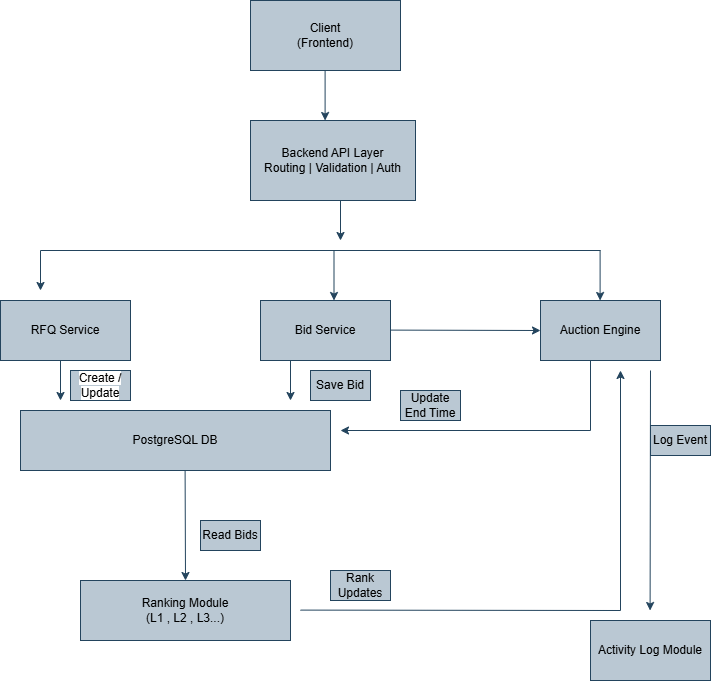
Above: docs/High_Level_Design.png in aditya2005-code/TrueBid (draw.io), before the change. Source tidied: cells renumbered, new cells last; positions are measured from the earlier drawing's top-left corner, leaving out a move shared by most shapes. Its diagram source:
```xml
<mxGraphModel>
  <root>
    <mxCell id="0" />
    <mxCell id="1" parent="0" />
    <mxCell id="2" value="Client&lt;div&gt;(Frontend)&lt;/div&gt;" style="rounded=0;whiteSpace=wrap;html=1;strokeColor=#23445d;fillColor=#bac8d3;labelBackgroundColor=none;" parent="1" vertex="1">
      <mxGeometry x="250" width="150" height="70" as="geometry" />
    </mxCell>
    <mxCell id="3" style="endArrow=classic;html=1;rounded=0;strokeColor=#23445d;labelBackgroundColor=none;fontColor=default;fillColor=#bac8d3;" parent="1" edge="1">
      <mxGeometry relative="1" as="geometry">
        <mxPoint x="324.6" y="70" as="sourcePoint" />
        <mxPoint x="324.6" y="120" as="targetPoint" />
      </mxGeometry>
    </mxCell>
    <mxCell id="4" value="Backend API Layer&lt;div&gt;Routing | Validation | Auth&lt;/div&gt;" style="rounded=0;whiteSpace=wrap;html=1;strokeColor=#23445d;fillColor=#bac8d3;labelBackgroundColor=none;" parent="1" vertex="1">
      <mxGeometry x="250" y="120" width="165" height="80" as="geometry" />
    </mxCell>
    <mxCell id="5" style="endArrow=classic;html=1;rounded=0;strokeColor=#23445d;labelBackgroundColor=none;fontColor=default;fillColor=#bac8d3;" parent="1" edge="1">
      <mxGeometry relative="1" as="geometry">
        <mxPoint x="340" y="200" as="sourcePoint" />
        <mxPoint x="340" y="240" as="targetPoint" />
      </mxGeometry>
    </mxCell>
    <mxCell id="6" style="endArrow=none;html=1;rounded=0;strokeColor=#23445d;labelBackgroundColor=none;fontColor=default;fillColor=#bac8d3;" parent="1" edge="1">
      <mxGeometry relative="1" as="geometry">
        <mxPoint x="600" y="250" as="sourcePoint" />
        <mxPoint x="40" y="250" as="targetPoint" />
      </mxGeometry>
    </mxCell>
    <mxCell id="7" value="RFQ Service" style="rounded=0;whiteSpace=wrap;html=1;strokeColor=#23445d;fillColor=#bac8d3;labelBackgroundColor=none;" parent="1" vertex="1">
      <mxGeometry y="300" width="130" height="60" as="geometry" />
    </mxCell>
    <mxCell id="8" value="Bid Service" style="rounded=0;whiteSpace=wrap;html=1;strokeColor=#23445d;fillColor=#bac8d3;labelBackgroundColor=none;" parent="1" vertex="1">
      <mxGeometry x="260" y="300" width="130" height="60" as="geometry" />
    </mxCell>
    <mxCell id="9" value="Auction Engine" style="rounded=0;whiteSpace=wrap;html=1;strokeColor=#23445d;fillColor=#bac8d3;labelBackgroundColor=none;" parent="1" vertex="1">
      <mxGeometry x="540" y="300" width="120" height="60" as="geometry" />
    </mxCell>
    <mxCell id="10" style="endArrow=classic;html=1;rounded=0;strokeColor=#23445d;labelBackgroundColor=none;fontColor=default;fillColor=#bac8d3;" parent="1" edge="1">
      <mxGeometry relative="1" as="geometry">
        <mxPoint x="40" y="250" as="sourcePoint" />
        <mxPoint x="40" y="290" as="targetPoint" />
      </mxGeometry>
    </mxCell>
    <mxCell id="11" style="endArrow=classic;html=1;rounded=0;strokeColor=#23445d;labelBackgroundColor=none;fontColor=default;fillColor=#bac8d3;" parent="1" edge="1">
      <mxGeometry relative="1" as="geometry">
        <mxPoint x="333.5" y="250" as="sourcePoint" />
        <mxPoint x="333.5" y="300" as="targetPoint" />
      </mxGeometry>
    </mxCell>
    <mxCell id="12" style="endArrow=classic;html=1;rounded=0;strokeColor=#23445d;labelBackgroundColor=none;fontColor=default;fillColor=#bac8d3;" parent="1" edge="1">
      <mxGeometry relative="1" as="geometry">
        <mxPoint x="599.6" y="250" as="sourcePoint" />
        <mxPoint x="599.6" y="300" as="targetPoint" />
      </mxGeometry>
    </mxCell>
    <mxCell id="13" style="endArrow=classic;html=1;rounded=0;strokeColor=#23445d;labelBackgroundColor=none;fontColor=default;fillColor=#bac8d3;" parent="1" edge="1">
      <mxGeometry relative="1" as="geometry">
        <mxPoint x="60" y="360" as="sourcePoint" />
        <mxPoint x="60" y="400" as="targetPoint" />
      </mxGeometry>
    </mxCell>
    <mxCell id="14" style="endArrow=classic;html=1;rounded=0;strokeColor=#23445d;labelBackgroundColor=none;fontColor=default;fillColor=#bac8d3;" parent="1" edge="1">
      <mxGeometry relative="1" as="geometry">
        <mxPoint x="290" y="360" as="sourcePoint" />
        <mxPoint x="290" y="400" as="targetPoint" />
      </mxGeometry>
    </mxCell>
    <mxCell id="15" style="endArrow=classic;html=1;rounded=0;strokeColor=#23445d;entryX=0;entryY=0.5;entryDx=0;entryDy=0;labelBackgroundColor=none;fontColor=default;fillColor=#bac8d3;" parent="1" edge="1" target="9">
      <mxGeometry relative="1" as="geometry">
        <mxPoint x="390" y="329.6" as="sourcePoint" />
      </mxGeometry>
    </mxCell>
    <mxCell id="16" value="PostgreSQL DB" style="rounded=0;whiteSpace=wrap;html=1;strokeColor=#23445d;fillColor=#bac8d3;labelBackgroundColor=none;" parent="1" vertex="1">
      <mxGeometry x="20" y="410" width="310" height="60" as="geometry" />
    </mxCell>
    <mxCell id="17" value="&lt;span style=&quot;background-color: light-dark(#ffffff, var(--ge-dark-color, #121212));&quot;&gt;Create /&lt;/span&gt;&lt;div&gt;&lt;span style=&quot;background-color: light-dark(#ffffff, var(--ge-dark-color, #121212));&quot;&gt;Update&lt;/span&gt;&lt;/div&gt;" style="text;html=1;whiteSpace=wrap;strokeColor=#23445d;fillColor=#bac8d3;align=center;verticalAlign=middle;rounded=0;labelBackgroundColor=none;" parent="1" vertex="1">
      <mxGeometry x="70" y="370" width="60" height="30" as="geometry" />
    </mxCell>
    <mxCell id="18" value="Save Bid" style="text;html=1;whiteSpace=wrap;strokeColor=#23445d;fillColor=#bac8d3;align=center;verticalAlign=middle;rounded=0;" parent="1" vertex="1">
      <mxGeometry x="310" y="370" width="60" height="30" as="geometry" />
    </mxCell>
    <mxCell id="19" value="Ranking Module&lt;div&gt;(L1 , L2 , L3...)&lt;/div&gt;" style="rounded=0;whiteSpace=wrap;html=1;strokeColor=#23445d;fillColor=#bac8d3;" parent="1" vertex="1">
      <mxGeometry x="80" y="580" width="210" height="60" as="geometry" />
    </mxCell>
    <mxCell id="20" style="endArrow=classic;html=1;rounded=0;strokeColor=#23445d;fontColor=#1A1A1A;entryX=0.5;entryY=0;entryDx=0;entryDy=0;fillColor=#bac8d3;" parent="1" edge="1" target="19">
      <mxGeometry relative="1" as="geometry">
        <mxPoint x="184.6" y="470" as="sourcePoint" />
      </mxGeometry>
    </mxCell>
    <mxCell id="21" value="Read Bids" style="text;html=1;whiteSpace=wrap;strokeColor=#23445d;fillColor=#bac8d3;align=center;verticalAlign=middle;rounded=0;" parent="1" vertex="1">
      <mxGeometry x="200" y="520" width="60" height="30" as="geometry" />
    </mxCell>
    <mxCell id="22" style="endArrow=none;html=1;rounded=0;strokeColor=#23445d;fontColor=#1A1A1A;fillColor=#bac8d3;" parent="1" edge="1">
      <mxGeometry relative="1" as="geometry">
        <mxPoint x="590" y="430" as="sourcePoint" />
        <mxPoint x="590" y="360" as="targetPoint" />
      </mxGeometry>
    </mxCell>
    <mxCell id="23" style="endArrow=classic;html=1;rounded=0;strokeColor=#23445d;fontColor=#1A1A1A;fillColor=#bac8d3;" parent="1" edge="1">
      <mxGeometry relative="1" as="geometry">
        <mxPoint x="590" y="430" as="sourcePoint" />
        <mxPoint x="340" y="430" as="targetPoint" />
      </mxGeometry>
    </mxCell>
    <mxCell id="24" value="Update End Time" style="text;html=1;whiteSpace=wrap;strokeColor=#23445d;fillColor=#bac8d3;align=center;verticalAlign=middle;rounded=0;" parent="1" vertex="1">
      <mxGeometry x="400" y="390" width="60" height="30" as="geometry" />
    </mxCell>
    <mxCell id="25" style="endArrow=none;html=1;rounded=0;strokeColor=#23445d;fontColor=#1A1A1A;fillColor=#bac8d3;" parent="1" edge="1">
      <mxGeometry relative="1" as="geometry">
        <mxPoint x="300" y="609.6" as="sourcePoint" />
        <mxPoint x="620" y="610" as="targetPoint" />
      </mxGeometry>
    </mxCell>
    <mxCell id="26" style="endArrow=classic;html=1;rounded=0;strokeColor=#23445d;fontColor=#1A1A1A;fillColor=#bac8d3;" parent="1" edge="1">
      <mxGeometry relative="1" as="geometry">
        <mxPoint x="620" y="610" as="sourcePoint" />
        <mxPoint x="620" y="370" as="targetPoint" />
      </mxGeometry>
    </mxCell>
    <mxCell id="27" value="Rank Updates" style="text;html=1;whiteSpace=wrap;strokeColor=#23445d;fillColor=#bac8d3;align=center;verticalAlign=middle;rounded=0;" parent="1" vertex="1">
      <mxGeometry x="330" y="570" width="60" height="30" as="geometry" />
    </mxCell>
    <mxCell id="28" value="Activity Log Module" style="rounded=0;whiteSpace=wrap;html=1;strokeColor=#23445d;fillColor=#bac8d3;" parent="1" vertex="1">
      <mxGeometry x="590" y="620" width="120" height="60" as="geometry" />
    </mxCell>
    <mxCell id="29" style="endArrow=classic;html=1;rounded=0;strokeColor=#23445d;fontColor=#1A1A1A;fillColor=#bac8d3;" parent="1" edge="1">
      <mxGeometry relative="1" as="geometry">
        <mxPoint x="650" y="370" as="sourcePoint" />
        <mxPoint x="649.6" y="610" as="targetPoint" />
      </mxGeometry>
    </mxCell>
    <mxCell id="30" value="Log Event" style="text;html=1;whiteSpace=wrap;strokeColor=#23445d;fillColor=#bac8d3;align=center;verticalAlign=middle;rounded=0;" parent="1" vertex="1">
      <mxGeometry x="650" y="425" width="60" height="30" as="geometry" />
    </mxCell>
  </root>
</mxGraphModel>
```
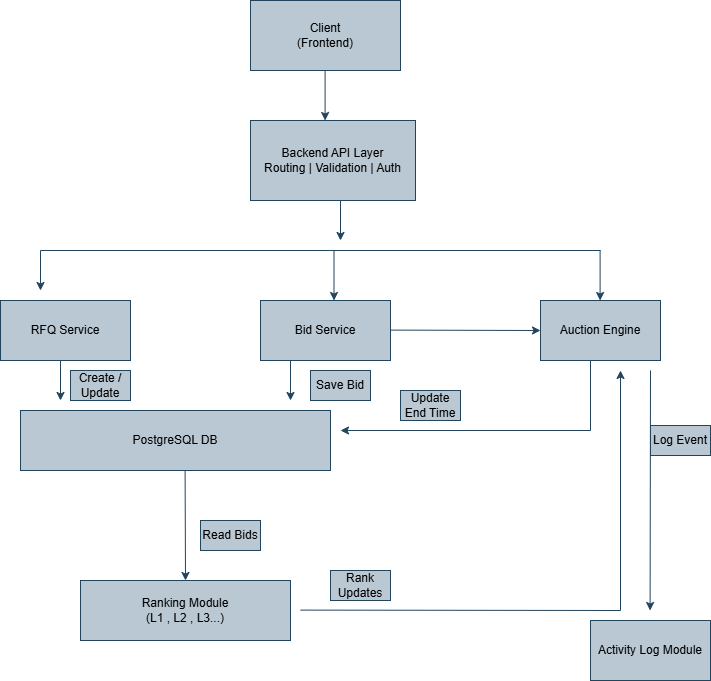
After the change.

Commit message:
docs(readme) : Add Schema design and table details in the readme.md

The edit, as a diff of the source:
```diff
@@ -73,7 +73,7 @@
     <mxCell id="16" value="PostgreSQL DB" style="rounded=0;whiteSpace=wrap;html=1;strokeColor=#23445d;fillColor=#bac8d3;labelBackgroundColor=none;" parent="1" vertex="1">
       <mxGeometry x="20" y="410" width="310" height="60" as="geometry" />
     </mxCell>
-    <mxCell id="17" value="&lt;span style=&quot;background-color: light-dark(#ffffff, var(--ge-dark-color, #121212));&quot;&gt;Create /&lt;/span&gt;&lt;div&gt;&lt;span style=&quot;background-color: light-dark(#ffffff, var(--ge-dark-color, #121212));&quot;&gt;Update&lt;/span&gt;&lt;/div&gt;" style="text;html=1;whiteSpace=wrap;strokeColor=#23445d;fillColor=#bac8d3;align=center;verticalAlign=middle;rounded=0;labelBackgroundColor=none;" parent="1" vertex="1">
+    <mxCell id="17" value="&lt;span style=&quot;&quot;&gt;Create /&lt;/span&gt;&lt;div&gt;&lt;span style=&quot;&quot;&gt;Update&lt;/span&gt;&lt;/div&gt;" style="text;html=1;whiteSpace=wrap;strokeColor=#23445d;fillColor=#bac8d3;align=center;verticalAlign=middle;rounded=0;labelBackgroundColor=none;" parent="1" vertex="1">
       <mxGeometry x="70" y="370" width="60" height="30" as="geometry" />
     </mxCell>
     <mxCell id="18" value="Save Bid" style="text;html=1;whiteSpace=wrap;strokeColor=#23445d;fillColor=#bac8d3;align=center;verticalAlign=middle;rounded=0;" parent="1" vertex="1">
```
